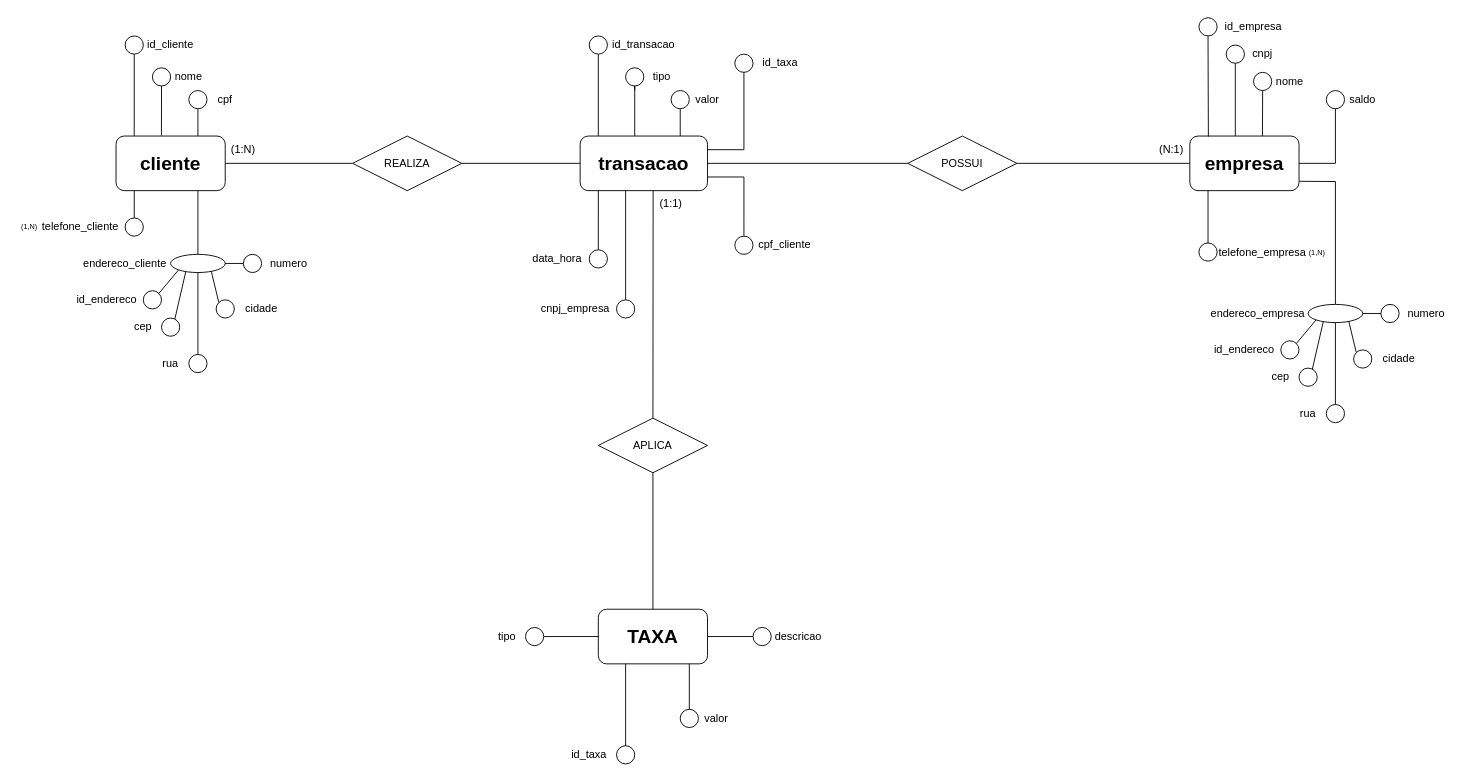
RudeBoyOne/teste-tgid keeps this draw.io diagram as documentation/mer.drawio. Above is the earlier version. Source tidied: cells renumbered, new cells numbered last; positions are measured from the earlier drawing's top-left corner, leaving out a move shared by most shapes. Both pictures are drawn from the tidied source at 91%, with x=0, y=0 at pixel (15, 15).
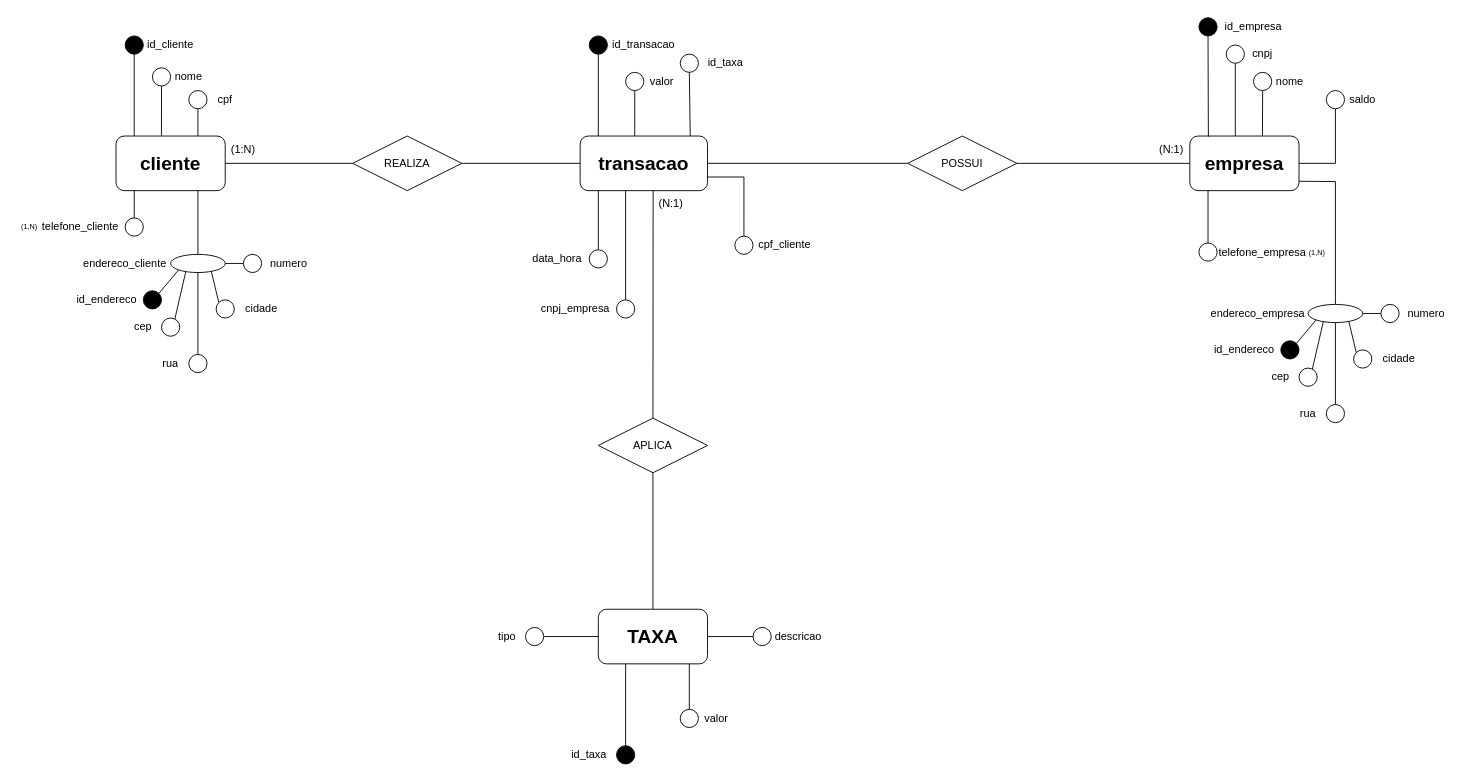
Above is the later version.

Unchanged cells that the change refers to:
```xml
<mxCell id="10" style="group;" parent="7" vertex="1">
  <mxGeometry y="15" width="100" height="57.5" as="geometry" />
</mxCell>
<mxCell id="38" value="&lt;font style=&quot;font-size: 21px;&quot;&gt;&lt;b&gt;transacao&lt;/b&gt;&lt;/font&gt;" style="rounded=1;whiteSpace=wrap;html=1;" parent="1" vertex="1">
  <mxGeometry x="620" y="132" width="140" height="60" as="geometry" />
</mxCell>
<mxCell id="89" style="group;" parent="86" vertex="1">
  <mxGeometry y="15" width="100" height="57.5" as="geometry" />
</mxCell>
```

Diff of the diagram source:
```diff
@@
-    <mxCell id="11" style="ellipse;whiteSpace=wrap;html=1;" parent="10" vertex="1">
+    <mxCell id="11" style="ellipse;whiteSpace=wrap;html=1;fillColor=#000000;" parent="10" vertex="1">
       <mxGeometry x="80" y="30" width="20" height="20" as="geometry" />
     </mxCell>
@@
-    <mxCell id="27" style="ellipse;whiteSpace=wrap;html=1;fillColor=#FFFFFF;" parent="1" vertex="1">
+    <mxCell id="27" style="ellipse;whiteSpace=wrap;html=1;fillColor=#000000;" parent="1" vertex="1">
       <mxGeometry x="120" y="22" width="20" height="20" as="geometry" />
     </mxCell>
@@
-    <mxCell id="41" style="ellipse;whiteSpace=wrap;html=1;fillColor=#FFFFFF;" parent="1" vertex="1">
+    <mxCell id="41" style="ellipse;whiteSpace=wrap;html=1;fillColor=#000000;" parent="1" vertex="1">
       <mxGeometry x="630" y="22" width="20" height="20" as="geometry" />
     </mxCell>
@@
-    <mxCell id="43" style="endArrow=none;html=1;rounded=0;" parent="1" edge="1" source="45">
-      <mxGeometry relative="1" as="geometry">
-        <mxPoint x="680" y="82" as="targetPoint" />
-      </mxGeometry>
-    </mxCell>
-    <mxCell id="44" style="endArrow=none;html=1;rounded=0;" parent="1" edge="1" target="45">
-      <mxGeometry relative="1" as="geometry">
-        <mxPoint x="680" y="132" as="sourcePoint" />
-      </mxGeometry>
-    </mxCell>
-    <mxCell id="45" style="ellipse;whiteSpace=wrap;html=1;" parent="1" vertex="1">
-      <mxGeometry x="670" y="57" width="20" height="20" as="geometry" />
-    </mxCell>
-    <mxCell id="46" value="tipo" style="text;html=1;align=center;verticalAlign=middle;whiteSpace=wrap;rounded=0;" parent="1" vertex="1">
-      <mxGeometry x="680" y="52" width="60" height="30" as="geometry" />
-    </mxCell>
     <mxCell id="47" style="endArrow=none;html=1;rounded=0;" parent="1" edge="1">
       <mxGeometry relative="1" as="geometry">
-        <mxPoint x="730" y="132" as="sourcePoint" />
-        <mxPoint x="730" y="102" as="targetPoint" />
+        <mxPoint x="680" y="132" as="sourcePoint" />
+        <mxPoint x="680" y="82" as="targetPoint" />
       </mxGeometry>
     </mxCell>
     <mxCell id="48" style="ellipse;whiteSpace=wrap;html=1;" parent="1" vertex="1">
-      <mxGeometry x="720" y="82" width="20" height="20" as="geometry" />
+      <mxGeometry x="670" y="62" width="20" height="20" as="geometry" />
     </mxCell>
     <mxCell id="49" value="valor" style="text;html=1;align=center;verticalAlign=middle;whiteSpace=wrap;rounded=0;" parent="1" vertex="1">
-      <mxGeometry x="730" y="77" width="60" height="30" as="geometry" />
+      <mxGeometry x="680" y="57" width="60" height="30" as="geometry" />
     </mxCell>
@@
-    <mxCell id="53" style="endArrow=none;html=1;rounded=0;entryX=1;entryY=0.25;entryDx=0;entryDy=0;exitX=0.5;exitY=1;exitDx=0;exitDy=0;" parent="1" edge="1" source="54" target="38">
+    <mxCell id="53" style="endArrow=none;html=1;rounded=0;" parent="1" edge="1">
       <mxGeometry relative="1" as="geometry">
-        <Array as="points">
-          <mxPoint x="800" y="147" />
-        </Array>
+        <mxPoint x="740" y="62" as="sourcePoint" />
+        <mxPoint x="741" y="132" as="targetPoint" />
       </mxGeometry>
     </mxCell>
     <mxCell id="54" style="ellipse;whiteSpace=wrap;html=1;" parent="1" vertex="1">
-      <mxGeometry x="790" y="42" width="20" height="20" as="geometry" />
+      <mxGeometry x="730" y="42" width="20" height="20" as="geometry" />
     </mxCell>
     <mxCell id="55" value="id_taxa" style="text;html=1;align=center;verticalAlign=middle;whiteSpace=wrap;rounded=0;" parent="1" vertex="1">
-      <mxGeometry x="810" y="37" width="60" height="30" as="geometry" />
+      <mxGeometry x="750" y="37" width="60" height="30" as="geometry" />
     </mxCell>
@@
-    <mxCell id="67" style="ellipse;whiteSpace=wrap;html=1;fillColor=#FFFFFF;" parent="1" vertex="1">
+    <mxCell id="67" style="ellipse;whiteSpace=wrap;html=1;fillColor=#000000;" parent="1" vertex="1">
       <mxGeometry x="660" y="802" width="20" height="20" as="geometry" />
     </mxCell>
@@
-    <mxCell id="80" value="(1:1)" style="text;html=1;align=center;verticalAlign=middle;whiteSpace=wrap;rounded=0;" parent="1" vertex="1">
+    <mxCell id="80" value="(N:1)" style="text;html=1;align=center;verticalAlign=middle;whiteSpace=wrap;rounded=0;" parent="1" vertex="1">
       <mxGeometry x="690" y="192" width="60" height="30" as="geometry" />
     </mxCell>
@@
-    <mxCell id="90" style="ellipse;whiteSpace=wrap;html=1;" parent="89" vertex="1">
+    <mxCell id="90" style="ellipse;whiteSpace=wrap;html=1;fillColor=#000000;" parent="89" vertex="1">
       <mxGeometry x="80" y="30" width="20" height="20" as="geometry" />
     </mxCell>
@@
-    <mxCell id="106" style="ellipse;whiteSpace=wrap;html=1;fillColor=#FFFFFF;" parent="1" vertex="1">
+    <mxCell id="106" style="ellipse;whiteSpace=wrap;html=1;fillColor=#000000;" parent="1" vertex="1">
       <mxGeometry x="1300" y="2" width="20" height="20" as="geometry" />
     </mxCell>
```
